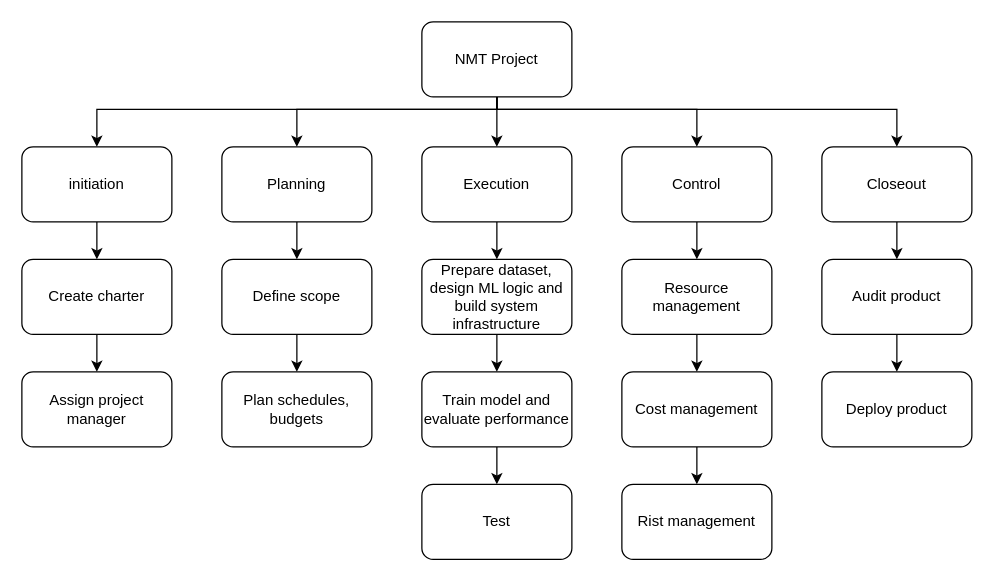
Before: wbs.drawio in iirtrtrt/data, a draw.io diagram. Source tidied: cells renumbered, new cells numbered last; positions are measured from the earlier drawing's top-left corner, leaving out a move shared by most shapes. Both pictures are drawn from the tidied source at 125%, with x=0, y=0 at pixel (21, 21).
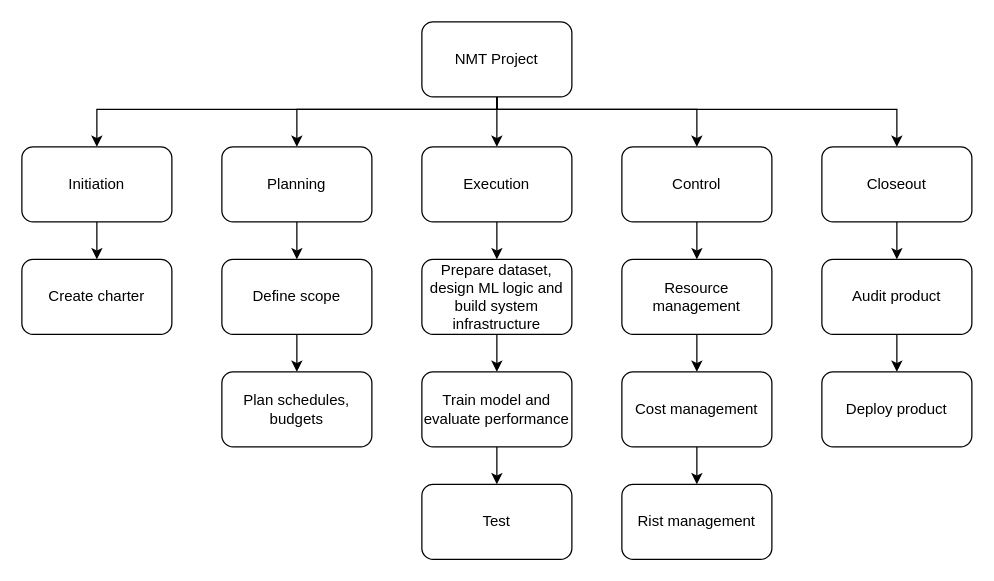
The same page after the edit.

The change refers to these unchanged cells:
```xml
<mxCell id="19" value="Create charter" style="rounded=1;whiteSpace=wrap;html=1;" parent="1" vertex="1">
  <mxGeometry y="190" width="120" height="60" as="geometry" />
</mxCell>
```

Change to the diagram source:
```diff
@@
-    <mxCell id="9" value="initiation" style="rounded=1;whiteSpace=wrap;html=1;" parent="1" vertex="1">
+    <mxCell id="9" value="Initiation" style="rounded=1;whiteSpace=wrap;html=1;" parent="1" vertex="1">
       <mxGeometry y="100" width="120" height="60" as="geometry" />
     </mxCell>
@@
-    <mxCell id="18" style="edgeStyle=orthogonalEdgeStyle;rounded=0;jettySize=auto;html=1;entryX=0.5;entryY=0;entryDx=0;entryDy=0;" parent="1" edge="1" source="19" target="20">
-      <mxGeometry relative="1" as="geometry" />
-    </mxCell>
@@
-    <mxCell id="20" value="Assign project manager" style="rounded=1;whiteSpace=wrap;html=1;" parent="1" vertex="1">
-      <mxGeometry y="280" width="120" height="60" as="geometry" />
-    </mxCell>
```
